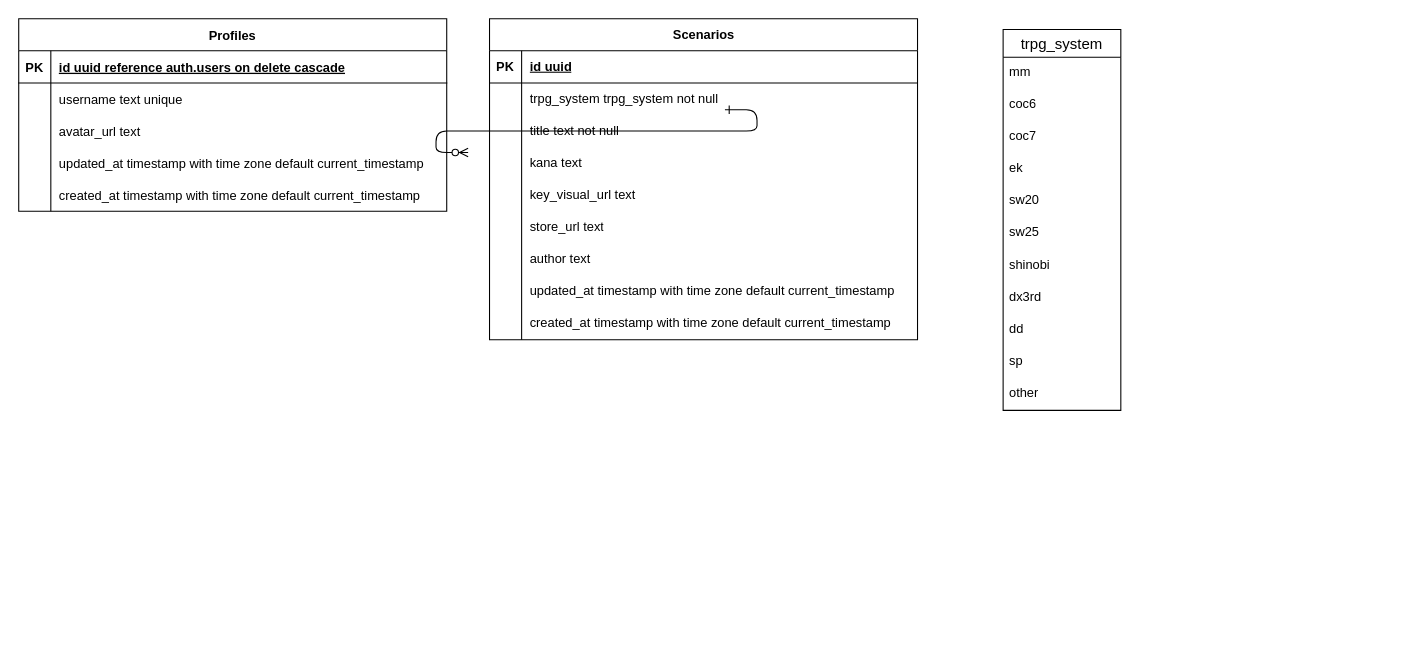
Above: documents/database.drawio in mic4dy/scenarioshelf (draw.io), before the change. Source tidied: cells renumbered, new cells numbered last; positions are measured from the earlier drawing's top-left corner, leaving out a move shared by most shapes. Both pictures are drawn from the tidied source at 107%, with x=0, y=0 at pixel (18, 18).
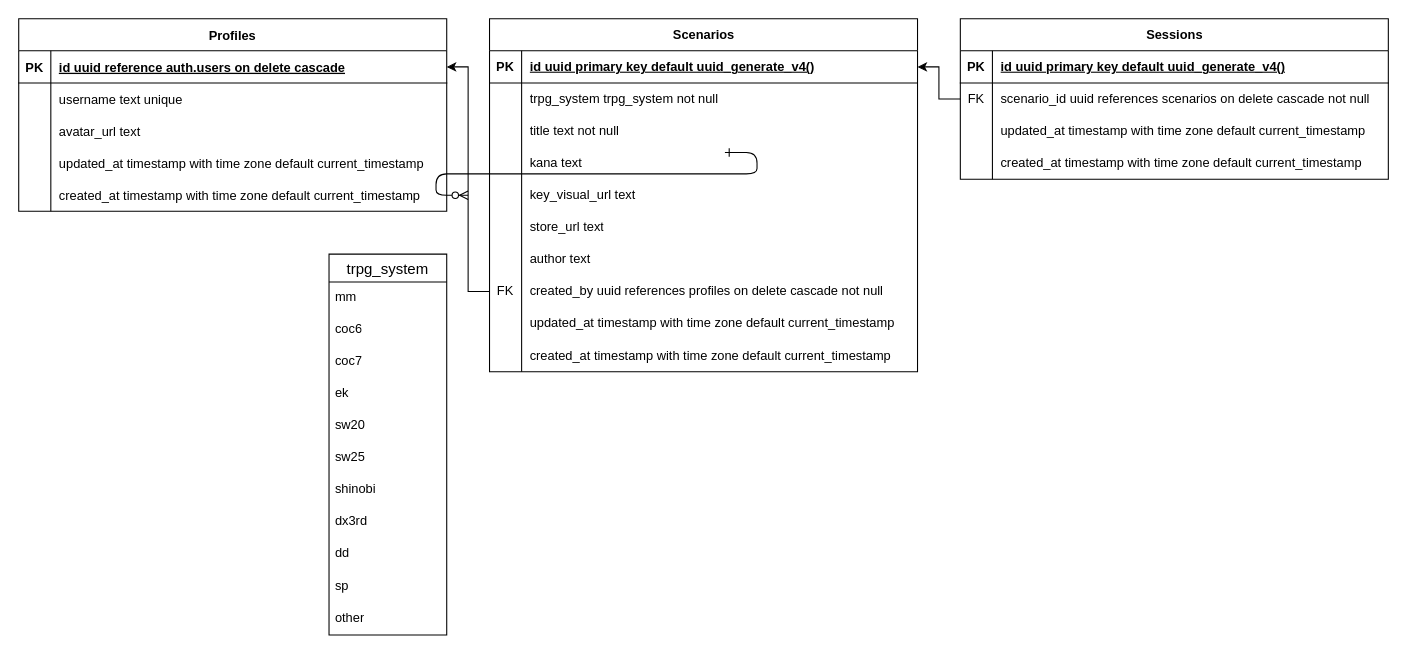
Above is the later version.

Commit message:
database.drawio を更新します

Unchanged cells that the change refers to:
```xml
<mxCell id="4" style="shape=partialRectangle;fillColor=none;points=[[0,0.5],[1,0.5]];portConstraint=eastwest;top=0;left=0;right=0;bottom=1;" parent="3" vertex="1">
  <mxGeometry y="30" width="400" height="30" as="geometry" />
</mxCell>
<mxCell id="20" style="shape=tableRow;horizontal=0;startSize=0;swimlaneHead=0;swimlaneBody=0;fillColor=none;points=[[0,0.5],[1,0.5]];portConstraint=eastwest;top=0;left=0;right=0;bottom=1;" parent="19" vertex="1">
  <mxGeometry y="30" width="400" height="30" as="geometry" />
</mxCell>
<mxCell id="41" style="shape=tableRow;horizontal=0;startSize=0;swimlaneHead=0;swimlaneBody=0;fillColor=none;points=[[0,0.5],[1,0.5]];portConstraint=eastwest;top=0;left=0;right=0;bottom=0;" parent="19" vertex="1">
  <mxGeometry y="240" width="400" height="30" as="geometry" />
</mxCell>
```

What changed in the source:
```diff
@@
     <mxCell id="2" style="edgeStyle=entityRelationEdgeStyle;endArrow=ERzeroToMany;startArrow=ERone;endFill=1;startFill=0;" parent="1" edge="1">
       <mxGeometry relative="1" as="geometry">
-        <mxPoint x="660" y="85" as="sourcePoint" />
-        <mxPoint x="420" y="125" as="targetPoint" />
+        <mxPoint x="660" y="125" as="sourcePoint" />
+        <mxPoint x="420" y="165" as="targetPoint" />
       </mxGeometry>
     </mxCell>
@@
     <mxCell id="19" value="Scenarios" style="shape=table;startSize=30;childLayout=tableLayout;rowLines=0;fontStyle=1;align=center;html=1;" parent="1" vertex="1">
-      <mxGeometry x="440" width="400" height="300" as="geometry" />
+      <mxGeometry x="440" width="400" height="330" as="geometry" />
     </mxCell>
@@
-    <mxCell id="22" value="id uuid" style="shape=partialRectangle;fillColor=none;top=0;left=0;bottom=0;right=0;align=left;spacingLeft=6;fontStyle=5;overflow=hidden;whiteSpace=wrap;html=1;" parent="20" vertex="1">
+    <mxCell id="22" value="id uuid primary key default uuid_generate_v4()" style="shape=partialRectangle;fillColor=none;top=0;left=0;bottom=0;right=0;align=left;spacingLeft=6;fontStyle=5;overflow=hidden;whiteSpace=wrap;html=1;" parent="20" vertex="1">
       <mxGeometry x="30" width="370" height="30" as="geometry" />
     </mxCell>
@@
-    <mxCell id="42" style="shape=partialRectangle;fillColor=none;top=0;left=0;bottom=0;right=0;overflow=hidden;whiteSpace=wrap;html=1;" parent="41" vertex="1">
+    <mxCell id="42" value="FK" style="shape=partialRectangle;fillColor=none;top=0;left=0;bottom=0;right=0;overflow=hidden;whiteSpace=wrap;html=1;" parent="41" vertex="1">
       <mxGeometry width="30" height="30" as="geometry" />
     </mxCell>
-    <mxCell id="43" value="&lt;span style=&quot;text-wrap: nowrap;&quot;&gt;updated_at timestamp with time zone default current_timestamp&lt;/span&gt;" style="shape=partialRectangle;fillColor=none;top=0;left=0;bottom=0;right=0;align=left;spacingLeft=6;overflow=hidden;whiteSpace=wrap;html=1;" parent="41" vertex="1">
+    <mxCell id="43" value="created_by uuid references profiles on delete cascade not null" style="shape=partialRectangle;fillColor=none;top=0;left=0;bottom=0;right=0;align=left;spacingLeft=6;overflow=hidden;whiteSpace=wrap;html=1;" parent="41" vertex="1">
       <mxGeometry x="30" width="370" height="30" as="geometry" />
     </mxCell>
+    <mxCell id="59" style="shape=tableRow;horizontal=0;startSize=0;swimlaneHead=0;swimlaneBody=0;fillColor=none;top=0;left=0;right=0;bottom=0;" parent="19" vertex="1">
+      <mxGeometry y="270" width="400" height="30" as="geometry" />
+    </mxCell>
+    <mxCell id="60" style="shape=partialRectangle;fillColor=none;top=0;left=0;bottom=0;right=0;overflow=hidden;whiteSpace=wrap;html=1;" parent="59" vertex="1">
+      <mxGeometry width="30" height="30" as="geometry" />
+    </mxCell>
+    <mxCell id="61" value="&lt;span style=&quot;text-wrap: nowrap;&quot;&gt;updated_at timestamp with time zone default current_timestamp&lt;/span&gt;" style="shape=partialRectangle;fillColor=none;top=0;left=0;bottom=0;right=0;align=left;spacingLeft=6;overflow=hidden;whiteSpace=wrap;html=1;" parent="59" vertex="1">
+      <mxGeometry x="30" width="370" height="30" as="geometry" />
+    </mxCell>
     <mxCell id="44" style="shape=tableRow;horizontal=0;startSize=0;swimlaneHead=0;swimlaneBody=0;fillColor=none;top=0;left=0;right=0;bottom=0;" parent="19" vertex="1">
-      <mxGeometry y="270" width="400" height="30" as="geometry" />
+      <mxGeometry y="300" width="400" height="30" as="geometry" />
     </mxCell>
@@
     <mxCell id="47" value="trpg_system" style="swimlane;fontStyle=0;horizontal=1;startSize=26;align=center;fontSize=14;" parent="1" vertex="1">
-      <mxGeometry x="920" y="10" width="110" height="356" as="geometry" />
+      <mxGeometry x="290" y="220" width="110" height="356" as="geometry" />
     </mxCell>
@@
+    <mxCell id="62" value="Sessions" style="shape=table;startSize=30;childLayout=tableLayout;rowLines=0;fontStyle=1;align=center;html=1;" parent="1" vertex="1">
+      <mxGeometry x="880" width="400" height="150" as="geometry" />
+    </mxCell>
+    <mxCell id="63" style="shape=tableRow;horizontal=0;startSize=0;swimlaneHead=0;swimlaneBody=0;fillColor=none;top=0;left=0;right=0;bottom=1;" parent="62" vertex="1">
+      <mxGeometry y="30" width="400" height="30" as="geometry" />
+    </mxCell>
+    <mxCell id="64" value="PK" style="shape=partialRectangle;fillColor=none;top=0;left=0;bottom=0;right=0;fontStyle=1;overflow=hidden;whiteSpace=wrap;html=1;" parent="63" vertex="1">
+      <mxGeometry width="30" height="30" as="geometry" />
+    </mxCell>
+    <mxCell id="65" value="id uuid primary key default uuid_generate_v4()" style="shape=partialRectangle;fillColor=none;top=0;left=0;bottom=0;right=0;align=left;spacingLeft=6;fontStyle=5;overflow=hidden;whiteSpace=wrap;html=1;" parent="63" vertex="1">
+      <mxGeometry x="30" width="370" height="30" as="geometry" />
+    </mxCell>
+    <mxCell id="66" style="shape=tableRow;horizontal=0;startSize=0;swimlaneHead=0;swimlaneBody=0;fillColor=none;points=[[0,0.5],[1,0.5]];portConstraint=eastwest;top=0;left=0;right=0;bottom=0;" parent="62" vertex="1">
+      <mxGeometry y="60" width="400" height="30" as="geometry" />
+    </mxCell>
+    <mxCell id="67" value="FK" style="shape=partialRectangle;fillColor=none;top=0;left=0;bottom=0;right=0;overflow=hidden;whiteSpace=wrap;html=1;" parent="66" vertex="1">
+      <mxGeometry width="30" height="30" as="geometry" />
+    </mxCell>
+    <mxCell id="68" value="scenario_id uuid references scenarios on delete cascade not null&amp;nbsp;" style="shape=partialRectangle;fillColor=none;top=0;left=0;bottom=0;right=0;align=left;spacingLeft=6;overflow=hidden;whiteSpace=wrap;html=1;" parent="66" vertex="1">
+      <mxGeometry x="30" width="370" height="30" as="geometry" />
+    </mxCell>
+    <mxCell id="69" style="shape=tableRow;horizontal=0;startSize=0;swimlaneHead=0;swimlaneBody=0;fillColor=none;top=0;left=0;right=0;bottom=0;" parent="62" vertex="1">
+      <mxGeometry y="90" width="400" height="30" as="geometry" />
+    </mxCell>
+    <mxCell id="70" style="shape=partialRectangle;fillColor=none;top=0;left=0;bottom=0;right=0;overflow=hidden;whiteSpace=wrap;html=1;" parent="69" vertex="1">
+      <mxGeometry width="30" height="30" as="geometry" />
+    </mxCell>
+    <mxCell id="71" value="&lt;span style=&quot;text-wrap: nowrap;&quot;&gt;updated_at timestamp with time zone default current_timestamp&lt;/span&gt;" style="shape=partialRectangle;fillColor=none;top=0;left=0;bottom=0;right=0;align=left;spacingLeft=6;overflow=hidden;whiteSpace=wrap;html=1;" parent="69" vertex="1">
+      <mxGeometry x="30" width="370" height="30" as="geometry" />
+    </mxCell>
+    <mxCell id="72" style="shape=tableRow;horizontal=0;startSize=0;swimlaneHead=0;swimlaneBody=0;fillColor=none;top=0;left=0;right=0;bottom=0;" parent="62" vertex="1">
+      <mxGeometry y="120" width="400" height="30" as="geometry" />
+    </mxCell>
+    <mxCell id="73" style="shape=partialRectangle;fillColor=none;top=0;left=0;bottom=0;right=0;overflow=hidden;whiteSpace=wrap;html=1;" parent="72" vertex="1">
+      <mxGeometry width="30" height="30" as="geometry" />
+    </mxCell>
+    <mxCell id="74" value="&lt;span style=&quot;text-wrap: nowrap;&quot;&gt;created_at timestamp with time zone default current_timestamp&lt;/span&gt;" style="shape=partialRectangle;fillColor=none;top=0;left=0;bottom=0;right=0;align=left;spacingLeft=6;overflow=hidden;whiteSpace=wrap;html=1;" parent="72" vertex="1">
+      <mxGeometry x="30" width="370" height="30" as="geometry" />
+    </mxCell>
+    <mxCell id="75" style="edgeStyle=orthogonalEdgeStyle;rounded=0;jettySize=auto;html=1;" parent="1" edge="1" source="66" target="20">
+      <mxGeometry relative="1" as="geometry" />
+    </mxCell>
+    <mxCell id="76" style="edgeStyle=orthogonalEdgeStyle;rounded=0;jettySize=auto;html=1;" parent="1" edge="1" source="41" target="4">
+      <mxGeometry relative="1" as="geometry" />
+    </mxCell>
```
